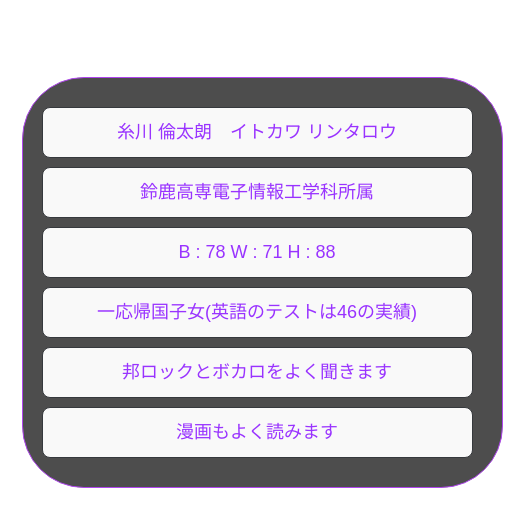
Re-taro/draw keeps this draw.io diagram as aboutme.drawio. Above is the earlier version. Source tidied: cells renumbered, new cells numbered last; positions are measured from the earlier drawing's top-left corner, leaving out a move shared by most shapes. Both pictures are drawn from the tidied source at 100%, with x=0, y=0 at pixel (22, 77).
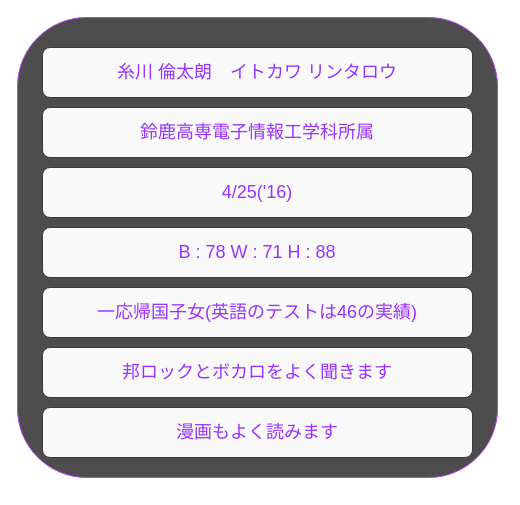
The same diagram, later.

Change to the diagram source:
```diff
@@
 <mxGraphModel>
   <root>
     <mxCell id="0" />
     <mxCell id="1" parent="0" />
     <mxCell id="2" style="rounded=1;whiteSpace=wrap;html=1;sketch=0;strokeColor=#AF45ED;align=center;fillColor=#4D4D4D;noLabel=1;fontColor=none;" parent="1" vertex="1">
-      <mxGeometry width="480" height="410" as="geometry" />
+      <mxGeometry x="-5" y="-60" width="480" height="460" as="geometry" />
     </mxCell>
     <mxCell id="3" value="&lt;font style=&quot;font-size: 18px&quot;&gt;糸川 倫太朗　イトカワ リンタロウ&lt;/font&gt;" style="rounded=1;whiteSpace=wrap;html=1;sketch=0;strokeColor=#36393d;align=center;fillColor=#F9F9F9;fontColor=#9933FF;" parent="1" vertex="1">
-      <mxGeometry x="20" y="30" width="430" height="50" as="geometry" />
+      <mxGeometry x="20" y="-30" width="430" height="50" as="geometry" />
     </mxCell>
     <mxCell id="4" value="&lt;font style=&quot;font-size: 18px&quot;&gt;鈴鹿高専電子情報工学科所属&lt;/font&gt;" style="rounded=1;whiteSpace=wrap;html=1;sketch=0;strokeColor=#36393d;align=center;fillColor=#F9F9F9;fontColor=#9933FF;" parent="1" vertex="1">
-      <mxGeometry x="20" y="90" width="430" height="50" as="geometry" />
+      <mxGeometry x="20" y="30" width="430" height="50" as="geometry" />
     </mxCell>
     <mxCell id="5" value="&lt;span style=&quot;font-size: 18px&quot;&gt;B : 78 W : 71 H : 88&lt;/span&gt;" style="rounded=1;whiteSpace=wrap;html=1;sketch=0;strokeColor=#36393d;align=center;fillColor=#F9F9F9;fontColor=#9933FF;" parent="1" vertex="1">
       <mxGeometry x="20" y="150" width="430" height="50" as="geometry" />
     </mxCell>
     <mxCell id="6" value="&lt;span style=&quot;font-size: 18px&quot;&gt;一応帰国子女(英語のテストは46の実績)&lt;/span&gt;" style="rounded=1;whiteSpace=wrap;html=1;sketch=0;strokeColor=#36393d;align=center;fillColor=#F9F9F9;fontColor=#9933FF;" parent="1" vertex="1">
       <mxGeometry x="20" y="210" width="430" height="50" as="geometry" />
     </mxCell>
     <mxCell id="7" value="&lt;span style=&quot;font-size: 18px&quot;&gt;邦ロックとボカロをよく聞きます&lt;/span&gt;" style="rounded=1;whiteSpace=wrap;html=1;sketch=0;strokeColor=#36393d;align=center;fillColor=#F9F9F9;fontColor=#9933FF;" parent="1" vertex="1">
       <mxGeometry x="20" y="270" width="430" height="50" as="geometry" />
     </mxCell>
     <mxCell id="8" value="&lt;span style=&quot;font-size: 18px&quot;&gt;漫画もよく読みます&lt;/span&gt;" style="rounded=1;whiteSpace=wrap;html=1;sketch=0;strokeColor=#36393d;align=center;fillColor=#F9F9F9;fontColor=#9933FF;labelBorderColor=none;" parent="1" vertex="1">
       <mxGeometry x="20" y="330" width="430" height="50" as="geometry" />
     </mxCell>
+    <mxCell id="9" value="&lt;span style=&quot;font-size: 18px&quot;&gt;4/25('16)&lt;/span&gt;" style="rounded=1;whiteSpace=wrap;html=1;sketch=0;strokeColor=#36393d;align=center;fillColor=#F9F9F9;fontColor=#9933FF;labelBorderColor=none;" parent="1" vertex="1">
+      <mxGeometry x="20" y="90" width="430" height="50" as="geometry" />
+    </mxCell>
   </root>
 </mxGraphModel>
```
